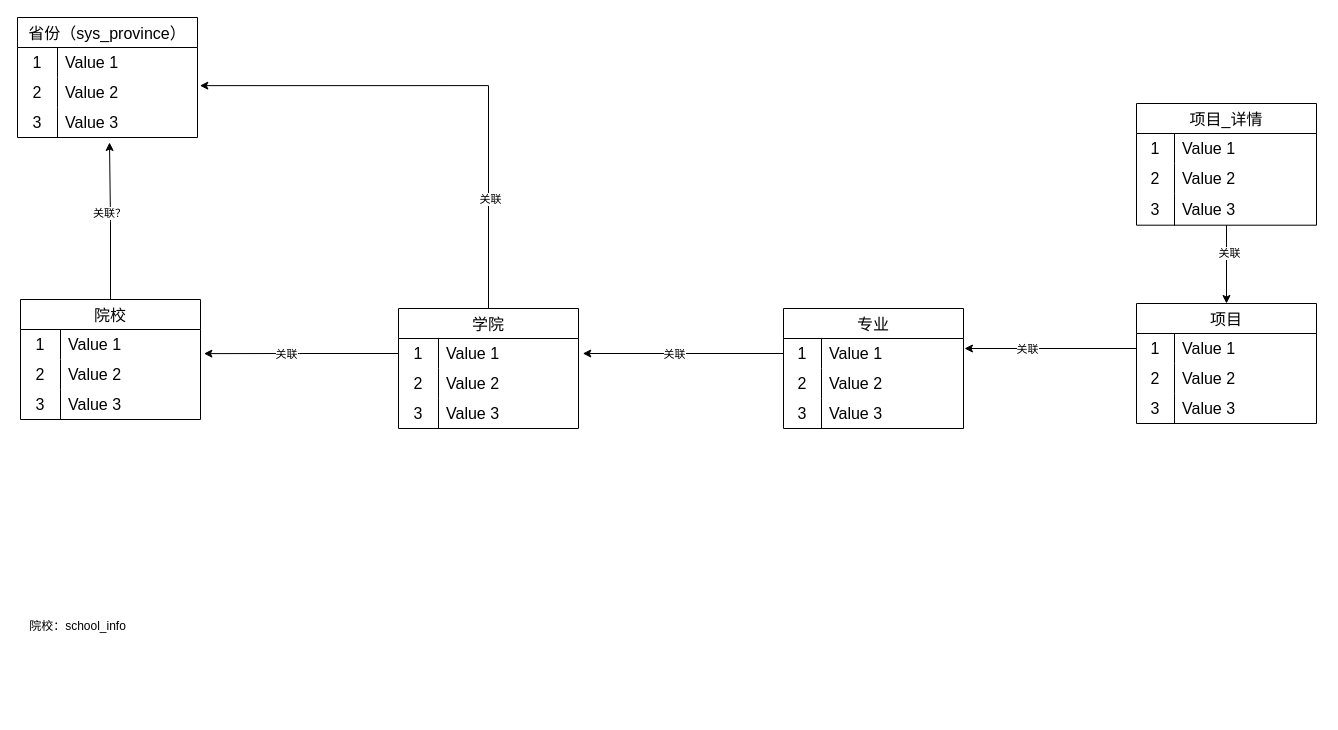
Earlier version of the draw.io diagram 海绵业务流程图/院校库大纲设计.drawio (YYB1024/myRemoteRepo). Source tidied: cells renumbered, new cells numbered last; positions are measured from the earlier drawing's top-left corner, leaving out a move shared by most shapes. Both pictures are drawn from the tidied source at 100%, with x=0, y=0 at pixel (17, 17).
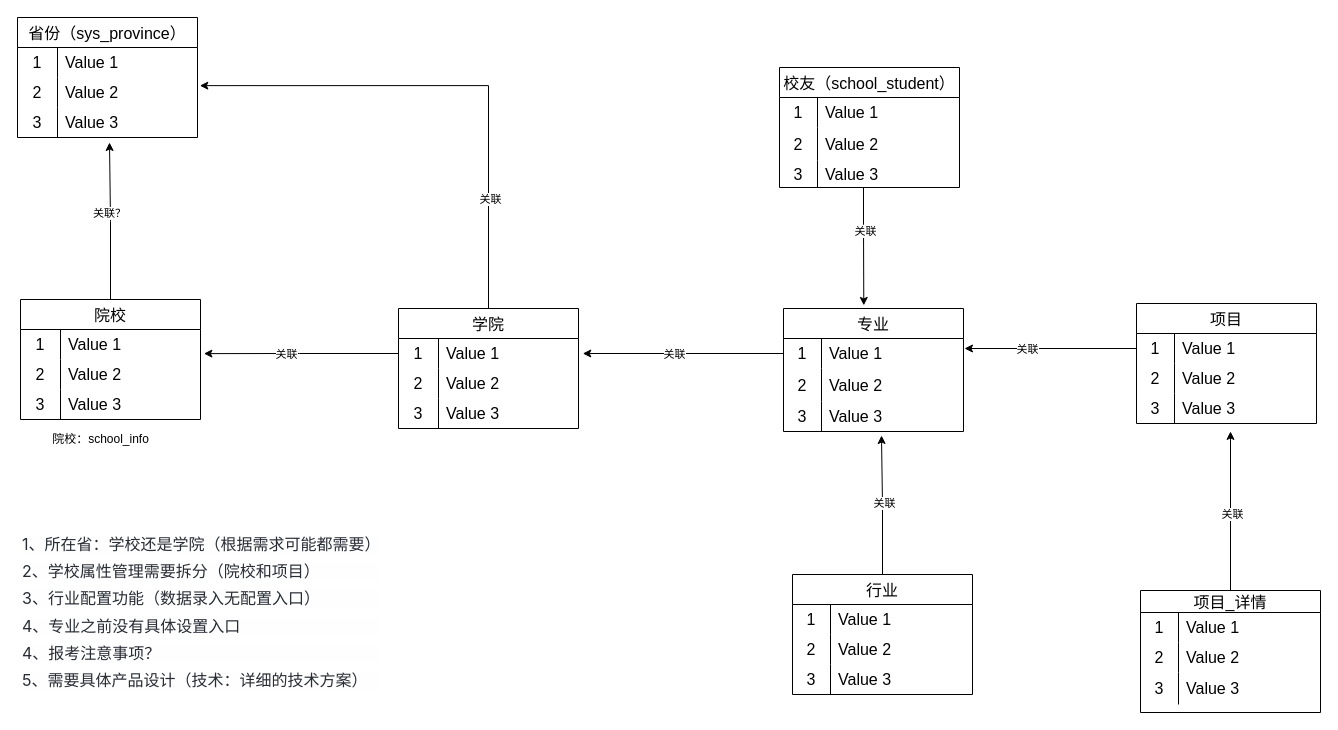
After the change.

Commit message:
更新院校库大纲设计.drawio

The change refers to these unchanged cells:
```xml
<mxCell id="51" value="项目" style="shape=table;startSize=30;childLayout=tableLayout;rowLines=0;fontStyle=0;strokeColor=default;fontSize=16;" parent="1" vertex="1">
  <mxGeometry x="1119" y="286" width="180" height="120" as="geometry" />
</mxCell>
```

Diff of the diagram source:
```diff
@@
     <mxCell id="36" value="专业" style="shape=table;startSize=30;childLayout=tableLayout;rowLines=0;fontStyle=0;strokeColor=default;fontSize=16;" parent="1" vertex="1">
-      <mxGeometry x="766" y="291" width="180" height="120" as="geometry" />
+      <mxGeometry x="766" y="291" width="180" height="123" as="geometry" />
     </mxCell>
@@
     <mxCell id="40" style="shape=tableRow;horizontal=0;startSize=0;swimlaneHead=0;swimlaneBody=0;top=0;left=0;bottom=0;right=0;fillColor=none;strokeColor=inherit;fontSize=16;" parent="36" vertex="1">
-      <mxGeometry y="60" width="180" height="30" as="geometry" />
+      <mxGeometry y="60" width="180" height="33" as="geometry" />
     </mxCell>
     <mxCell id="41" value="2" style="shape=partialRectangle;html=1;whiteSpace=wrap;fillColor=none;top=0;left=0;bottom=0;right=0;overflow=hidden;strokeColor=inherit;fontSize=16;" parent="40" vertex="1">
-      <mxGeometry width="38" height="30" as="geometry" />
+      <mxGeometry width="38" height="33" as="geometry" />
     </mxCell>
     <mxCell id="42" value="Value 2" style="shape=partialRectangle;html=1;whiteSpace=wrap;fillColor=none;top=0;left=0;bottom=0;right=0;align=left;spacingLeft=6;overflow=hidden;strokeColor=inherit;fontSize=16;" parent="40" vertex="1">
-      <mxGeometry x="38" width="142" height="30" as="geometry" />
+      <mxGeometry x="38" width="142" height="33" as="geometry" />
     </mxCell>
     <mxCell id="43" style="shape=tableRow;horizontal=0;startSize=0;swimlaneHead=0;swimlaneBody=0;top=0;left=0;bottom=0;right=0;fillColor=none;strokeColor=inherit;fontSize=16;" parent="36" vertex="1">
-      <mxGeometry y="90" width="180" height="30" as="geometry" />
+      <mxGeometry y="93" width="180" height="30" as="geometry" />
     </mxCell>
@@
     <mxCell id="50" value="院校：school_info" style="text;html=1;align=center;verticalAlign=middle;strokeColor=none;fillColor=none;" parent="1" vertex="1">
-      <mxGeometry x="2" y="596" width="115" height="26" as="geometry" />
+      <mxGeometry x="25" y="409" width="115" height="26" as="geometry" />
     </mxCell>
@@
-    <mxCell id="63" style="edgeStyle=orthogonalEdgeStyle;rounded=0;jettySize=auto;html=1;entryX=0.5;entryY=0;entryDx=0;entryDy=0;" parent="1" edge="1" source="65" target="51">
-      <mxGeometry relative="1" as="geometry" />
-    </mxCell>
-    <mxCell id="64" value="关联" style="edgeLabel;html=1;align=center;verticalAlign=middle;" parent="63" vertex="1">
-      <mxGeometry x="-0.28" y="2" relative="1" as="geometry" />
-    </mxCell>
+    <mxCell id="75" style="edgeStyle=orthogonalEdgeStyle;rounded=0;jettySize=auto;html=1;" parent="1" edge="1" source="65">
+      <mxGeometry relative="1" as="geometry">
+        <mxPoint x="1213" y="413.9" as="targetPoint" />
+      </mxGeometry>
+    </mxCell>
+    <mxCell id="76" value="关联" style="edgeLabel;html=1;align=center;verticalAlign=middle;" parent="75" vertex="1">
+      <mxGeometry x="-0.03" y="-1" relative="1" as="geometry" />
+    </mxCell>
-    <mxCell id="65" value="项目_详情" style="shape=table;startSize=30;childLayout=tableLayout;rowLines=0;fontStyle=0;strokeColor=default;fontSize=16;" parent="1" vertex="1">
-      <mxGeometry x="1119" y="86" width="180" height="121.7" as="geometry" />
+    <mxCell id="65" value="项目_详情" style="shape=table;startSize=22;childLayout=tableLayout;rowLines=0;fontStyle=0;strokeColor=default;fontSize=16;" parent="1" vertex="1">
+      <mxGeometry x="1123" y="573" width="180" height="122" as="geometry" />
     </mxCell>
     <mxCell id="66" style="shape=tableRow;horizontal=0;startSize=0;swimlaneHead=0;swimlaneBody=0;top=0;left=0;bottom=0;right=0;fillColor=none;strokeColor=inherit;fontSize=16;" parent="65" vertex="1">
-      <mxGeometry y="30" width="180" height="30" as="geometry" />
+      <mxGeometry y="22" width="180" height="30" as="geometry" />
     </mxCell>
@@
     <mxCell id="69" style="shape=tableRow;horizontal=0;startSize=0;swimlaneHead=0;swimlaneBody=0;top=0;left=0;bottom=0;right=0;fillColor=none;strokeColor=inherit;fontSize=16;" parent="65" vertex="1">
-      <mxGeometry y="60" width="180" height="30" as="geometry" />
+      <mxGeometry y="52" width="180" height="30" as="geometry" />
     </mxCell>
@@
     <mxCell id="72" style="shape=tableRow;horizontal=0;startSize=0;swimlaneHead=0;swimlaneBody=0;top=0;left=0;bottom=0;right=0;fillColor=none;strokeColor=inherit;fontSize=16;" parent="65" vertex="1">
-      <mxGeometry y="90" width="180" height="32" as="geometry" />
+      <mxGeometry y="82" width="180" height="32" as="geometry" />
     </mxCell>
@@
+    <mxCell id="77" style="edgeStyle=orthogonalEdgeStyle;rounded=0;jettySize=auto;html=1;" parent="1" edge="1" source="79">
+      <mxGeometry relative="1" as="geometry">
+        <mxPoint x="864" y="418" as="targetPoint" />
+      </mxGeometry>
+    </mxCell>
+    <mxCell id="78" value="关联" style="edgeLabel;html=1;align=center;verticalAlign=middle;" parent="77" vertex="1">
+      <mxGeometry x="0.03" y="-2" relative="1" as="geometry" />
+    </mxCell>
+    <mxCell id="79" value="行业" style="shape=table;startSize=30;childLayout=tableLayout;rowLines=0;fontStyle=0;strokeColor=default;fontSize=16;" parent="1" vertex="1">
+      <mxGeometry x="775" y="557" width="180" height="120" as="geometry" />
+    </mxCell>
+    <mxCell id="80" style="shape=tableRow;horizontal=0;startSize=0;swimlaneHead=0;swimlaneBody=0;top=0;left=0;bottom=0;right=0;fillColor=none;strokeColor=inherit;fontSize=16;" parent="79" vertex="1">
+      <mxGeometry y="30" width="180" height="30" as="geometry" />
+    </mxCell>
+    <mxCell id="81" value="1" style="shape=partialRectangle;html=1;whiteSpace=wrap;fillColor=none;top=0;left=0;bottom=0;right=0;overflow=hidden;strokeColor=inherit;fontSize=16;" parent="80" vertex="1">
+      <mxGeometry width="38" height="30" as="geometry" />
+    </mxCell>
+    <mxCell id="82" value="Value 1" style="shape=partialRectangle;html=1;whiteSpace=wrap;fillColor=none;top=0;left=0;bottom=0;right=0;align=left;spacingLeft=6;overflow=hidden;strokeColor=inherit;fontSize=16;" parent="80" vertex="1">
+      <mxGeometry x="38" width="142" height="30" as="geometry" />
+    </mxCell>
+    <mxCell id="83" style="shape=tableRow;horizontal=0;startSize=0;swimlaneHead=0;swimlaneBody=0;top=0;left=0;bottom=0;right=0;fillColor=none;strokeColor=inherit;fontSize=16;" parent="79" vertex="1">
+      <mxGeometry y="60" width="180" height="30" as="geometry" />
+    </mxCell>
+    <mxCell id="84" value="2" style="shape=partialRectangle;html=1;whiteSpace=wrap;fillColor=none;top=0;left=0;bottom=0;right=0;overflow=hidden;strokeColor=inherit;fontSize=16;" parent="83" vertex="1">
+      <mxGeometry width="38" height="30" as="geometry" />
+    </mxCell>
+    <mxCell id="85" value="Value 2" style="shape=partialRectangle;html=1;whiteSpace=wrap;fillColor=none;top=0;left=0;bottom=0;right=0;align=left;spacingLeft=6;overflow=hidden;strokeColor=inherit;fontSize=16;" parent="83" vertex="1">
+      <mxGeometry x="38" width="142" height="30" as="geometry" />
+    </mxCell>
+    <mxCell id="86" style="shape=tableRow;horizontal=0;startSize=0;swimlaneHead=0;swimlaneBody=0;top=0;left=0;bottom=0;right=0;fillColor=none;strokeColor=inherit;fontSize=16;" parent="79" vertex="1">
+      <mxGeometry y="90" width="180" height="30" as="geometry" />
+    </mxCell>
+    <mxCell id="87" value="3" style="shape=partialRectangle;html=1;whiteSpace=wrap;fillColor=none;top=0;left=0;bottom=0;right=0;overflow=hidden;strokeColor=inherit;fontSize=16;" parent="86" vertex="1">
+      <mxGeometry width="38" height="30" as="geometry" />
+    </mxCell>
+    <mxCell id="88" value="Value 3" style="shape=partialRectangle;html=1;whiteSpace=wrap;fillColor=none;top=0;left=0;bottom=0;right=0;align=left;spacingLeft=6;overflow=hidden;strokeColor=inherit;fontSize=16;" parent="86" vertex="1">
+      <mxGeometry x="38" width="142" height="30" as="geometry" />
+    </mxCell>
+    <mxCell id="89" style="edgeStyle=orthogonalEdgeStyle;rounded=0;jettySize=auto;html=1;" parent="1" edge="1" source="91">
+      <mxGeometry relative="1" as="geometry">
+        <mxPoint x="846.3" y="287.9" as="targetPoint" />
+        <Array as="points">
+          <mxPoint x="846" y="207" />
+          <mxPoint x="846" y="207" />
+        </Array>
+      </mxGeometry>
+    </mxCell>
+    <mxCell id="90" value="关联" style="edgeLabel;html=1;align=center;verticalAlign=middle;" parent="89" vertex="1">
+      <mxGeometry x="-0.26" y="1" relative="1" as="geometry" />
+    </mxCell>
+    <mxCell id="91" value="校友（school_student）" style="shape=table;startSize=30;childLayout=tableLayout;rowLines=0;fontStyle=0;strokeColor=default;fontSize=16;" parent="1" vertex="1">
+      <mxGeometry x="762" y="50" width="180" height="120" as="geometry" />
+    </mxCell>
+    <mxCell id="92" style="shape=tableRow;horizontal=0;startSize=0;swimlaneHead=0;swimlaneBody=0;top=0;left=0;bottom=0;right=0;fillColor=none;strokeColor=inherit;fontSize=16;" parent="91" vertex="1">
+      <mxGeometry y="30" width="180" height="30" as="geometry" />
+    </mxCell>
+    <mxCell id="93" value="1" style="shape=partialRectangle;html=1;whiteSpace=wrap;fillColor=none;top=0;left=0;bottom=0;right=0;overflow=hidden;strokeColor=inherit;fontSize=16;" parent="92" vertex="1">
+      <mxGeometry width="38" height="30" as="geometry" />
+    </mxCell>
+    <mxCell id="94" value="Value 1" style="shape=partialRectangle;html=1;whiteSpace=wrap;fillColor=none;top=0;left=0;bottom=0;right=0;align=left;spacingLeft=6;overflow=hidden;strokeColor=inherit;fontSize=16;" parent="92" vertex="1">
+      <mxGeometry x="38" width="142" height="30" as="geometry" />
+    </mxCell>
+    <mxCell id="95" style="shape=tableRow;horizontal=0;startSize=0;swimlaneHead=0;swimlaneBody=0;top=0;left=0;bottom=0;right=0;fillColor=none;strokeColor=inherit;fontSize=16;" parent="91" vertex="1">
+      <mxGeometry y="60" width="180" height="33" as="geometry" />
+    </mxCell>
+    <mxCell id="96" value="2" style="shape=partialRectangle;html=1;whiteSpace=wrap;fillColor=none;top=0;left=0;bottom=0;right=0;overflow=hidden;strokeColor=inherit;fontSize=16;" parent="95" vertex="1">
+      <mxGeometry width="38" height="33" as="geometry" />
+    </mxCell>
+    <mxCell id="97" value="Value 2" style="shape=partialRectangle;html=1;whiteSpace=wrap;fillColor=none;top=0;left=0;bottom=0;right=0;align=left;spacingLeft=6;overflow=hidden;strokeColor=inherit;fontSize=16;" parent="95" vertex="1">
+      <mxGeometry x="38" width="142" height="33" as="geometry" />
+    </mxCell>
+    <mxCell id="98" style="shape=tableRow;horizontal=0;startSize=0;swimlaneHead=0;swimlaneBody=0;top=0;left=0;bottom=0;right=0;fillColor=none;strokeColor=inherit;fontSize=16;" parent="91" vertex="1">
+      <mxGeometry y="93" width="180" height="27" as="geometry" />
+    </mxCell>
+    <mxCell id="99" value="3" style="shape=partialRectangle;html=1;whiteSpace=wrap;fillColor=none;top=0;left=0;bottom=0;right=0;overflow=hidden;strokeColor=inherit;fontSize=16;" parent="98" vertex="1">
+      <mxGeometry width="38" height="27" as="geometry" />
+    </mxCell>
+    <mxCell id="100" value="Value 3" style="shape=partialRectangle;html=1;whiteSpace=wrap;fillColor=none;top=0;left=0;bottom=0;right=0;align=left;spacingLeft=6;overflow=hidden;strokeColor=inherit;fontSize=16;" parent="98" vertex="1">
+      <mxGeometry x="38" width="142" height="27" as="geometry" />
+    </mxCell>
+    <mxCell id="101" value="&lt;p class=&quot;md-end-block md-p md-focus&quot; style=&quot;box-sizing: border-box; line-height: inherit; orphans: 4; margin-top: 0px; margin-bottom: 0.5rem; white-space: pre-wrap; position: relative; word-spacing: 0.05rem; caret-color: rgb(40, 44, 52); color: rgb(40, 44, 52); font-family: -apple-system, BlinkMacSystemFont, &amp;quot;Helvetica Neue&amp;quot;, Helvetica, &amp;quot;PingFang SC&amp;quot;, &amp;quot;Microsoft YaHei&amp;quot;, sans-serif; font-size: 16px; font-style: normal; font-variant-caps: normal; font-weight: 400; letter-spacing: normal; text-align: justify; text-indent: 0px; text-transform: none; -webkit-text-stroke-width: 0px; background-color: rgb(254, 254, 254); text-decoration: none;&quot;&gt;&lt;span class=&quot;md-plain&quot; style=&quot;box-sizing: border-box;&quot;&gt;1、所在省：学校还是学院（根据需求可能都需要）&lt;/span&gt;&lt;/p&gt;&lt;p class=&quot;md-end-block md-p&quot; style=&quot;box-sizing: border-box; line-height: inherit; orphans: 4; margin-top: 0px; margin-bottom: 0.5rem; white-space: pre-wrap; position: relative; word-spacing: 0.05rem; caret-color: rgb(40, 44, 52); color: rgb(40, 44, 52); font-family: -apple-system, BlinkMacSystemFont, &amp;quot;Helvetica Neue&amp;quot;, Helvetica, &amp;quot;PingFang SC&amp;quot;, &amp;quot;Microsoft YaHei&amp;quot;, sans-serif; font-size: 16px; font-style: normal; font-variant-caps: normal; font-weight: 400; letter-spacing: normal; text-align: justify; text-indent: 0px; text-transform: none; -webkit-text-stroke-width: 0px; background-color: rgb(254, 254, 254); text-decoration: none;&quot;&gt;&lt;span class=&quot;md-plain&quot; style=&quot;box-sizing: border-box;&quot;&gt;2、学校属性管理需要拆分（院校和项目）&lt;/span&gt;&lt;/p&gt;&lt;p class=&quot;md-end-block md-p&quot; style=&quot;box-sizing: border-box; line-height: inherit; orphans: 4; margin-top: 0px; margin-bottom: 0.5rem; white-space: pre-wrap; position: relative; word-spacing: 0.05rem; caret-color: rgb(40, 44, 52); color: rgb(40, 44, 52); font-family: -apple-system, BlinkMacSystemFont, &amp;quot;Helvetica Neue&amp;quot;, Helvetica, &amp;quot;PingFang SC&amp;quot;, &amp;quot;Microsoft YaHei&amp;quot;, sans-serif; font-size: 16px; font-style: normal; font-variant-caps: normal; font-weight: 400; letter-spacing: normal; text-align: justify; text-indent: 0px; text-transform: none; -webkit-text-stroke-width: 0px; background-color: rgb(254, 254, 254); text-decoration: none;&quot;&gt;&lt;span class=&quot;md-plain&quot; style=&quot;box-sizing: border-box;&quot;&gt;3、行业配置功能（数据录入无配置入口）&lt;/span&gt;&lt;/p&gt;&lt;p class=&quot;md-end-block md-p&quot; style=&quot;box-sizing: border-box; line-height: inherit; orphans: 4; margin-top: 0px; margin-bottom: 0.5rem; white-space: pre-wrap; position: relative; word-spacing: 0.05rem; caret-color: rgb(40, 44, 52); color: rgb(40, 44, 52); font-family: -apple-system, BlinkMacSystemFont, &amp;quot;Helvetica Neue&amp;quot;, Helvetica, &amp;quot;PingFang SC&amp;quot;, &amp;quot;Microsoft YaHei&amp;quot;, sans-serif; font-size: 16px; font-style: normal; font-variant-caps: normal; font-weight: 400; letter-spacing: normal; text-align: justify; text-indent: 0px; text-transform: none; -webkit-text-stroke-width: 0px; background-color: rgb(254, 254, 254); text-decoration: none;&quot;&gt;&lt;span class=&quot;md-plain&quot; style=&quot;box-sizing: border-box;&quot;&gt;4、专业之前没有具体设置入口&lt;/span&gt;&lt;/p&gt;&lt;p class=&quot;md-end-block md-p&quot; style=&quot;box-sizing: border-box; line-height: inherit; orphans: 4; margin-top: 0px; margin-bottom: 0.5rem; white-space: pre-wrap; position: relative; word-spacing: 0.05rem; caret-color: rgb(40, 44, 52); color: rgb(40, 44, 52); font-family: -apple-system, BlinkMacSystemFont, &amp;quot;Helvetica Neue&amp;quot;, Helvetica, &amp;quot;PingFang SC&amp;quot;, &amp;quot;Microsoft YaHei&amp;quot;, sans-serif; font-size: 16px; font-style: normal; font-variant-caps: normal; font-weight: 400; letter-spacing: normal; text-align: justify; text-indent: 0px; text-transform: none; -webkit-text-stroke-width: 0px; background-color: rgb(254, 254, 254); text-decoration: none;&quot;&gt;&lt;span class=&quot;md-plain&quot; style=&quot;box-sizing: border-box;&quot;&gt;4、报考注意事项？&lt;/span&gt;&lt;/p&gt;&lt;p class=&quot;md-end-block md-p&quot; style=&quot;box-sizing: border-box; line-height: inherit; orphans: 4; margin-top: 0px; margin-bottom: 0.5rem; white-space: pre-wrap; position: relative; word-spacing: 0.05rem; caret-color: rgb(40, 44, 52); color: rgb(40, 44, 52); font-family: -apple-system, BlinkMacSystemFont, &amp;quot;Helvetica Neue&amp;quot;, Helvetica, &amp;quot;PingFang SC&amp;quot;, &amp;quot;Microsoft YaHei&amp;quot;, sans-serif; font-size: 16px; font-style: normal; font-variant-caps: normal; font-weight: 400; letter-spacing: normal; text-align: justify; text-indent: 0px; text-transform: none; -webkit-text-stroke-width: 0px; background-color: rgb(254, 254, 254); text-decoration: none;&quot;&gt;&lt;span class=&quot;md-plain md-expand&quot; style=&quot;box-sizing: border-box;&quot;&gt;5、需要具体产品设计（技术：详细的技术方案）&lt;/span&gt;&lt;/p&gt;" style="text;whiteSpace=wrap;html=1;" parent="1" vertex="1">
+      <mxGeometry x="3" y="511" width="374" height="158" as="geometry" />
+    </mxCell>
```
